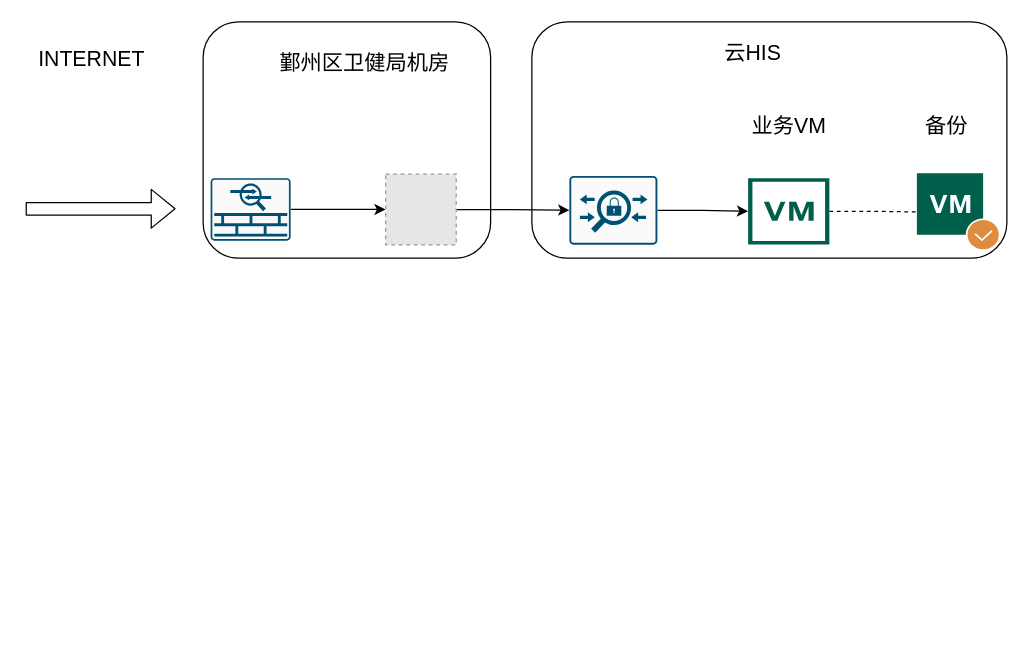
star49097989/diagrams.net keeps this draw.io diagram as 新增业务.drawio. Above is the earlier version. Source tidied: cells renumbered, new cells numbered last; positions are measured from the earlier drawing's top-left corner, leaving out a move shared by most shapes. Both pictures are drawn from the tidied source at 125%, with x=0, y=0 at pixel (25, 21). Pictures stored in the file or linked from it are replaced by grey dashed boxes.
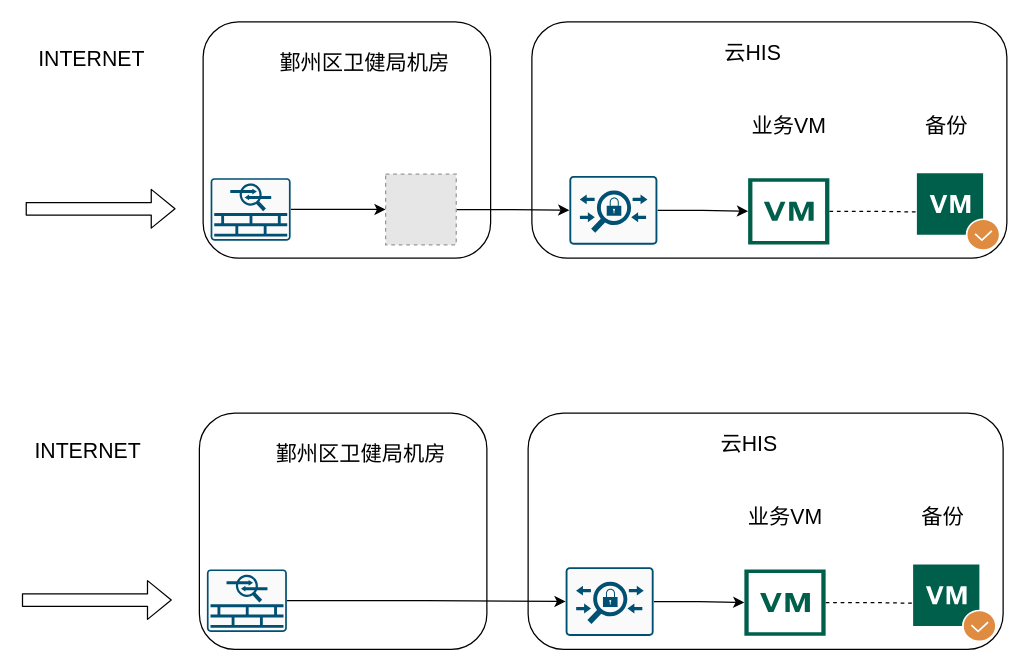
Above is the later version.

The edit, as a diff of the source:
```diff
@@
+    <mxCell id="19" style="rounded=1;whiteSpace=wrap;html=1;fontSize=17;" parent="1" vertex="1">
+      <mxGeometry x="402" y="313" width="380" height="189" as="geometry" />
+    </mxCell>
+    <mxCell id="20" style="rounded=1;whiteSpace=wrap;html=1;fontSize=17;" parent="1" vertex="1">
+      <mxGeometry x="139" y="313" width="230" height="189" as="geometry" />
+    </mxCell>
+    <mxCell id="21" value="INTERNET" style="text;html=1;strokeColor=none;fillColor=none;align=center;verticalAlign=middle;whiteSpace=wrap;rounded=0;fontSize=17;" parent="1" vertex="1">
+      <mxGeometry x="18" y="334" width="64" height="20" as="geometry" />
+    </mxCell>
+    <mxCell id="22" value="鄞州区卫健局机房" style="text;html=1;strokeColor=none;fillColor=none;align=center;verticalAlign=middle;whiteSpace=wrap;rounded=0;fontSize=17;" parent="1" vertex="1">
+      <mxGeometry x="193" y="337" width="151" height="20" as="geometry" />
+    </mxCell>
+    <mxCell id="23" value="云HIS" style="text;html=1;strokeColor=none;fillColor=none;align=center;verticalAlign=middle;whiteSpace=wrap;rounded=0;fontSize=17;" parent="1" vertex="1">
+      <mxGeometry x="553" y="329" width="52" height="20" as="geometry" />
+    </mxCell>
+    <mxCell id="24" style="edgeStyle=orthogonalEdgeStyle;rounded=0;jettySize=auto;html=1;fontSize=17;" parent="1" edge="1" source="25" target="27">
+      <mxGeometry relative="1" as="geometry" />
+    </mxCell>
+    <mxCell id="25" style="points=[[0.015,0.015,0],[0.985,0.015,0],[0.985,0.985,0],[0.015,0.985,0],[0.25,0,0],[0.5,0,0],[0.75,0,0],[1,0.25,0],[1,0.5,0],[1,0.75,0],[0.75,1,0],[0.5,1,0],[0.25,1,0],[0,0.75,0],[0,0.5,0],[0,0.25,0]];verticalLabelPosition=bottom;html=1;verticalAlign=top;align=center;shape=mxgraph.cisco19.rect;prIcon=acs;fillColor=#FAFAFA;strokeColor=#005073;" parent="1" vertex="1">
+      <mxGeometry x="432" y="436.2" width="70.4" height="55" as="geometry" />
+    </mxCell>
+    <mxCell id="26" style="edgeStyle=orthogonalEdgeStyle;rounded=0;jettySize=auto;html=1;fontSize=17;dashed=1;endArrow=none;endFill=0;" parent="1" edge="1" source="27" target="28">
+      <mxGeometry relative="1" as="geometry" />
+    </mxCell>
+    <mxCell id="27" style="shadow=0;dashed=0;html=1;strokeColor=none;fillColor=#005F4B;labelPosition=center;verticalLabelPosition=bottom;verticalAlign=top;align=center;outlineConnect=0;shape=mxgraph.veeam2.vm_snapshot;fontSize=17;" parent="1" vertex="1">
+      <mxGeometry x="575" y="438" width="65" height="53" as="geometry" />
+    </mxCell>
+    <mxCell id="28" style="shadow=0;dashed=0;html=1;strokeColor=none;fillColor=#005F4B;labelPosition=center;verticalLabelPosition=bottom;verticalAlign=top;align=center;outlineConnect=0;shape=mxgraph.veeam2.vm_checked;fontSize=17;" parent="1" vertex="1">
+      <mxGeometry x="710" y="434" width="67" height="62.2" as="geometry" />
+    </mxCell>
+    <mxCell id="29" style="shape=flexArrow;endArrow=classic;html=1;fontSize=17;" parent="1" edge="1">
+      <mxGeometry relative="1" as="geometry">
+        <mxPoint x="-3" y="462.5" as="sourcePoint" />
+        <mxPoint x="117" y="462.5" as="targetPoint" />
+      </mxGeometry>
+    </mxCell>
+    <mxCell id="30" style="edgeStyle=orthogonalEdgeStyle;rounded=0;jettySize=auto;html=1;entryX=0;entryY=0.5;entryDx=0;entryDy=0;fontSize=17;entryPerimeter=0;" parent="1" edge="1" source="31" target="25">
+      <mxGeometry relative="1" as="geometry" />
+    </mxCell>
+    <mxCell id="31" style="points=[[0.015,0.015,0],[0.985,0.015,0],[0.985,0.985,0],[0.015,0.985,0],[0.25,0,0],[0.5,0,0],[0.75,0,0],[1,0.25,0],[1,0.5,0],[1,0.75,0],[0.75,1,0],[0.5,1,0],[0.25,1,0],[0,0.75,0],[0,0.5,0],[0,0.25,0]];verticalLabelPosition=bottom;html=1;verticalAlign=top;align=center;shape=mxgraph.cisco19.rect;prIcon=asa_5500;fillColor=#FAFAFA;strokeColor=#005073;fontSize=17;" parent="1" vertex="1">
+      <mxGeometry x="145" y="438" width="64" height="50" as="geometry" />
+    </mxCell>
+    <mxCell id="32" value="业务VM" style="text;html=1;strokeColor=none;fillColor=none;align=center;verticalAlign=middle;whiteSpace=wrap;rounded=0;fontSize=17;" parent="1" vertex="1">
+      <mxGeometry x="576.8" y="387" width="61.5" height="20" as="geometry" />
+    </mxCell>
+    <mxCell id="33" value="备份" style="text;html=1;strokeColor=none;fillColor=none;align=center;verticalAlign=middle;whiteSpace=wrap;rounded=0;fontSize=17;" parent="1" vertex="1">
+      <mxGeometry x="703" y="387" width="61.5" height="20" as="geometry" />
+    </mxCell>
```
